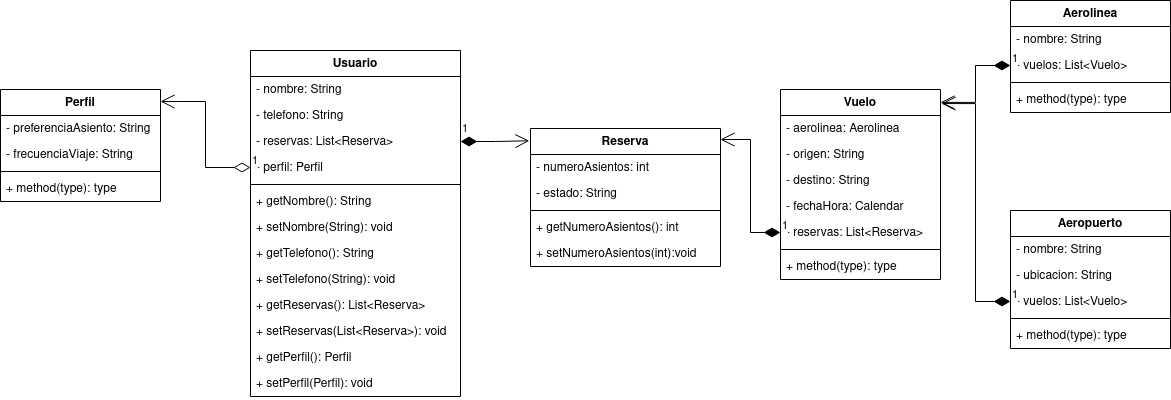
Above: ejercicio2/diagram/ejercicio2-maxi.png in mackstm/examen-ets (draw.io), before the change. Source tidied: cells renumbered, new cells last; positions are measured from the earlier drawing's top-left corner, leaving out a move shared by most shapes.
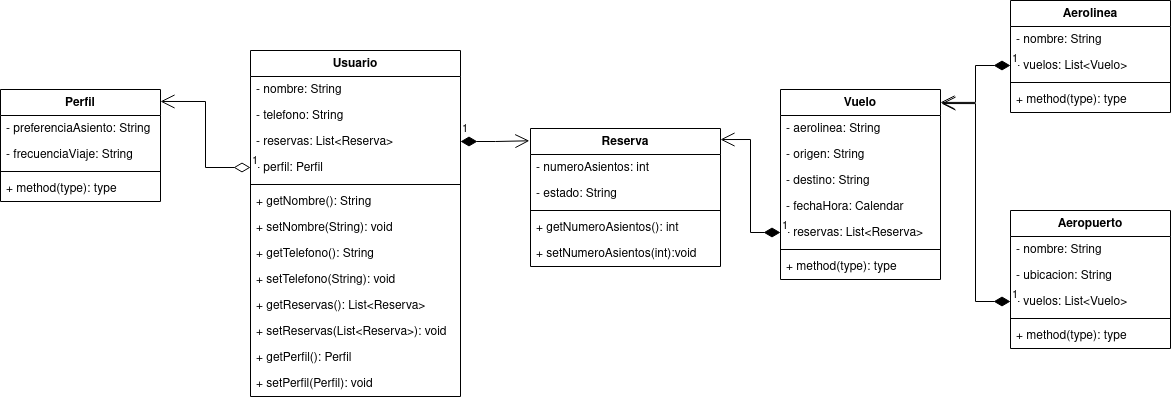
Above is the later version.

Change to the diagram source:
```diff
@@ -65,7 +65,7 @@
     <mxCell id="22" value="Vuelo" style="swimlane;fontStyle=1;align=center;verticalAlign=top;horizontal=1;startSize=26;whiteSpace=wrap;html=1;" parent="1" vertex="1">
       <mxGeometry x="780" y="89" width="160" height="190" as="geometry" />
     </mxCell>
-    <mxCell id="23" value="- aerolinea: Aerolinea" style="text;strokeColor=none;fillColor=none;align=left;verticalAlign=top;spacingLeft=4;spacingRight=4;overflow=hidden;whiteSpace=wrap;html=1;" parent="22" vertex="1">
+    <mxCell id="23" value="- aerolinea: String" style="text;strokeColor=none;fillColor=none;align=left;verticalAlign=top;spacingLeft=4;spacingRight=4;overflow=hidden;whiteSpace=wrap;html=1;" parent="22" vertex="1">
       <mxGeometry y="26" width="160" height="26" as="geometry" />
     </mxCell>
     <mxCell id="24" value="- origen: String" style="text;strokeColor=none;fillColor=none;align=left;verticalAlign=top;spacingLeft=4;spacingRight=4;overflow=hidden;whiteSpace=wrap;html=1;" parent="22" vertex="1">
```
